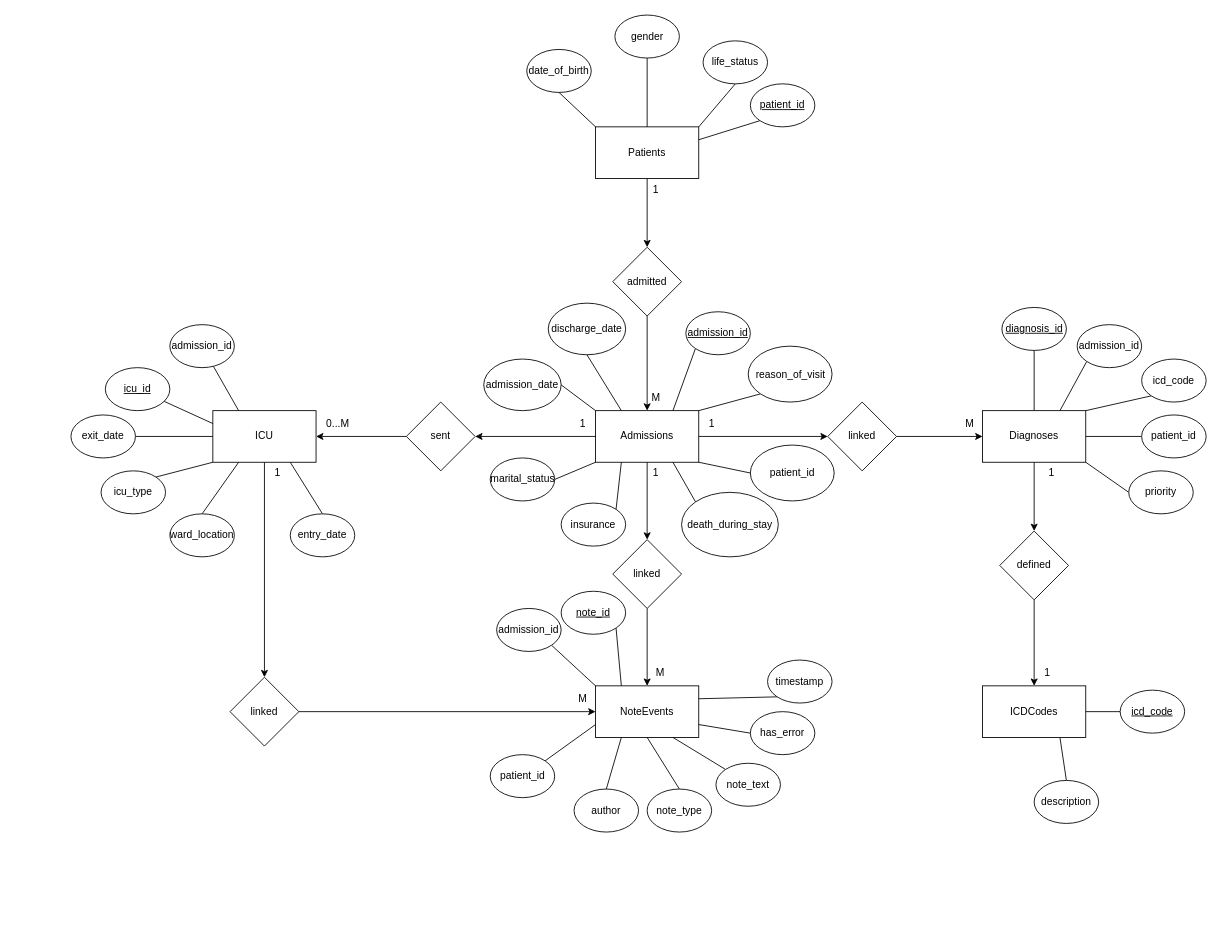
Joshua131313/soen363 keeps this draw.io diagram as page "Chen Diagram" (3 of 3) of Untitled Diagram.drawio. Above is the earlier version. Source tidied: cells renumbered, new cells numbered last; positions are measured from the earlier drawing's top-left corner, leaving out a move shared by most shapes. Both pictures are drawn from the tidied source at 86%, with x=0, y=0 at pixel (71, 15).
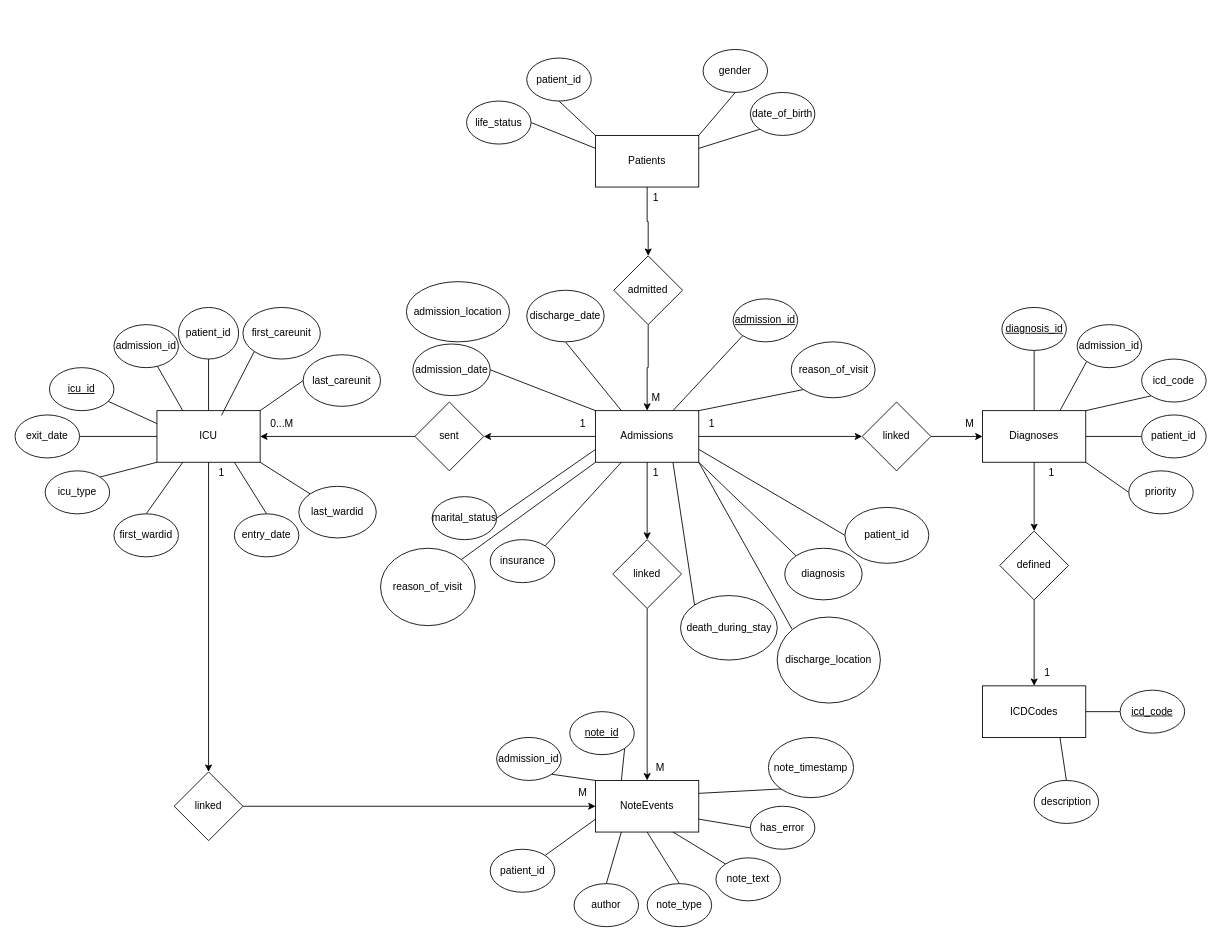
The same page after the edit.

The change refers to these unchanged cells:
```xml
<mxCell id="10" value="Admissions" style="whiteSpace=wrap;html=1;" parent="1" vertex="1">
  <mxGeometry x="610" y="460" width="120" height="60" as="geometry" />
</mxCell>
```

Change to the diagram source:
```diff
@@
     <mxCell id="3" value="Patients" style="whiteSpace=wrap;html=1;" parent="1" vertex="1">
-      <mxGeometry x="610" y="130" width="120" height="60" as="geometry" />
+      <mxGeometry x="610" y="140" width="120" height="60" as="geometry" />
     </mxCell>
     <mxCell id="4" value="NoteEvents" style="whiteSpace=wrap;html=1;" parent="1" vertex="1">
-      <mxGeometry x="610" y="780" width="120" height="60" as="geometry" />
+      <mxGeometry x="610" y="890" width="120" height="60" as="geometry" />
     </mxCell>
@@
     <mxCell id="6" value="ICU" style="whiteSpace=wrap;html=1;" parent="1" vertex="1">
-      <mxGeometry x="165" y="460" width="120" height="60" as="geometry" />
+      <mxGeometry x="100" y="460" width="120" height="60" as="geometry" />
     </mxCell>
@@
-    <mxCell id="15" value="date_of_birth" style="ellipse;whiteSpace=wrap;html=1;" parent="1" vertex="1">
-      <mxGeometry x="530" y="40" width="75" height="50" as="geometry" />
+    <mxCell id="15" value="patient_id" style="ellipse;whiteSpace=wrap;html=1;" parent="1" vertex="1">
+      <mxGeometry x="530" y="50" width="75" height="50" as="geometry" />
     </mxCell>
-    <mxCell id="16" style="edgeStyle=orthogonalEdgeStyle;rounded=0;jettySize=auto;html=1;exitX=0.5;exitY=1;exitDx=0;exitDy=0;entryX=0.5;entryY=0;entryDx=0;entryDy=0;endArrow=none;endFill=0;" parent="1" edge="1" source="17" target="3">
-      <mxGeometry relative="1" as="geometry" />
-    </mxCell>
-    <mxCell id="17" value="gender" style="ellipse;whiteSpace=wrap;html=1;" parent="1" vertex="1">
-      <mxGeometry x="632.5" width="75" height="50" as="geometry" />
-    </mxCell>
@@
-    <mxCell id="19" value="life_status" style="ellipse;whiteSpace=wrap;html=1;" parent="1" vertex="1">
-      <mxGeometry x="735" y="30" width="75" height="50" as="geometry" />
+    <mxCell id="19" value="gender" style="ellipse;whiteSpace=wrap;html=1;" parent="1" vertex="1">
+      <mxGeometry x="735" y="40" width="75" height="50" as="geometry" />
     </mxCell>
@@
-    <mxCell id="21" value="&lt;u&gt;patient_id&lt;/u&gt;" style="ellipse;whiteSpace=wrap;html=1;" parent="1" vertex="1">
-      <mxGeometry x="790" y="80" width="75" height="50" as="geometry" />
+    <mxCell id="21" value="date_of_birth" style="ellipse;whiteSpace=wrap;html=1;" parent="1" vertex="1">
+      <mxGeometry x="790" y="90" width="75" height="50" as="geometry" />
     </mxCell>
@@
     <mxCell id="23" value="&lt;u&gt;icu_id&lt;/u&gt;" style="ellipse;whiteSpace=wrap;html=1;" parent="1" vertex="1">
-      <mxGeometry x="40" y="410" width="75" height="50" as="geometry" />
+      <mxGeometry x="-25" y="410" width="75" height="50" as="geometry" />
     </mxCell>
@@
     <mxCell id="25" value="admission_id" style="ellipse;whiteSpace=wrap;html=1;" parent="1" vertex="1">
-      <mxGeometry x="115" y="360" width="75" height="50" as="geometry" />
+      <mxGeometry x="50" y="360" width="75" height="50" as="geometry" />
     </mxCell>
@@
     <mxCell id="27" value="exit_date" style="ellipse;whiteSpace=wrap;html=1;" parent="1" vertex="1">
-      <mxGeometry y="465" width="75" height="50" as="geometry" />
+      <mxGeometry x="-65" y="465" width="75" height="50" as="geometry" />
     </mxCell>
@@
     <mxCell id="29" value="icu_type" style="ellipse;whiteSpace=wrap;html=1;" parent="1" vertex="1">
-      <mxGeometry x="35" y="530" width="75" height="50" as="geometry" />
+      <mxGeometry x="-30" y="530" width="75" height="50" as="geometry" />
     </mxCell>
@@
-    <mxCell id="31" value="ward_location" style="ellipse;whiteSpace=wrap;html=1;" parent="1" vertex="1">
-      <mxGeometry x="115" y="580" width="75" height="50" as="geometry" />
+    <mxCell id="31" value="first_wardid" style="ellipse;whiteSpace=wrap;html=1;" parent="1" vertex="1">
+      <mxGeometry x="50" y="580" width="75" height="50" as="geometry" />
     </mxCell>
@@
     <mxCell id="33" value="entry_date" style="ellipse;whiteSpace=wrap;html=1;" parent="1" vertex="1">
-      <mxGeometry x="255" y="580" width="75" height="50" as="geometry" />
+      <mxGeometry x="190" y="580" width="75" height="50" as="geometry" />
     </mxCell>
@@
     <mxCell id="35" value="&lt;u&gt;note_id&lt;/u&gt;" style="ellipse;whiteSpace=wrap;html=1;" parent="1" vertex="1">
-      <mxGeometry x="570" y="670" width="75" height="50" as="geometry" />
+      <mxGeometry x="580" y="810" width="75" height="50" as="geometry" />
     </mxCell>
@@
     <mxCell id="37" value="admission_id" style="ellipse;whiteSpace=wrap;html=1;" parent="1" vertex="1">
-      <mxGeometry x="495" y="690" width="75" height="50" as="geometry" />
+      <mxGeometry x="495" y="840" width="75" height="50" as="geometry" />
     </mxCell>
@@
     <mxCell id="39" value="author" style="ellipse;whiteSpace=wrap;html=1;" parent="1" vertex="1">
-      <mxGeometry x="585" y="900" width="75" height="50" as="geometry" />
+      <mxGeometry x="585" y="1010" width="75" height="50" as="geometry" />
     </mxCell>
@@
     <mxCell id="41" value="note_type" style="ellipse;whiteSpace=wrap;html=1;" parent="1" vertex="1">
-      <mxGeometry x="670" y="900" width="75" height="50" as="geometry" />
+      <mxGeometry x="670" y="1010" width="75" height="50" as="geometry" />
     </mxCell>
@@
     <mxCell id="43" value="note_text" style="ellipse;whiteSpace=wrap;html=1;" parent="1" vertex="1">
-      <mxGeometry x="750" y="870" width="75" height="50" as="geometry" />
+      <mxGeometry x="750" y="980" width="75" height="50" as="geometry" />
     </mxCell>
@@
     <mxCell id="45" value="has_error" style="ellipse;whiteSpace=wrap;html=1;" parent="1" vertex="1">
-      <mxGeometry x="790" y="810" width="75" height="50" as="geometry" />
+      <mxGeometry x="790" y="920" width="75" height="50" as="geometry" />
     </mxCell>
@@
-    <mxCell id="47" value="timestamp" style="ellipse;whiteSpace=wrap;html=1;" parent="1" vertex="1">
-      <mxGeometry x="810" y="750" width="75" height="50" as="geometry" />
+    <mxCell id="47" value="note_timestamp" style="ellipse;whiteSpace=wrap;html=1;" parent="1" vertex="1">
+      <mxGeometry x="811" y="840" width="99" height="70" as="geometry" />
     </mxCell>
@@
     <mxCell id="63" value="&lt;u&gt;admission_id&lt;/u&gt;" style="ellipse;whiteSpace=wrap;html=1;" parent="1" vertex="1">
-      <mxGeometry x="715" y="345" width="75" height="50" as="geometry" />
+      <mxGeometry x="770" y="330" width="75" height="50" as="geometry" />
     </mxCell>
@@
     <mxCell id="65" value="death_during_stay" style="ellipse;whiteSpace=wrap;html=1;" parent="1" vertex="1">
-      <mxGeometry x="710" y="555" width="112.5" height="75" as="geometry" />
+      <mxGeometry x="708.8" y="675" width="112.5" height="75" as="geometry" />
     </mxCell>
@@
     <mxCell id="67" value="reason_of_visit" style="ellipse;whiteSpace=wrap;html=1;" parent="1" vertex="1">
-      <mxGeometry x="787.5" y="385" width="97.5" height="65" as="geometry" />
+      <mxGeometry x="837.5" y="380" width="97.5" height="65" as="geometry" />
     </mxCell>
@@
     <mxCell id="69" value="insurance" style="ellipse;whiteSpace=wrap;html=1;" parent="1" vertex="1">
-      <mxGeometry x="570" y="567.5" width="75" height="50" as="geometry" />
+      <mxGeometry x="487.5" y="610" width="75" height="50" as="geometry" />
     </mxCell>
-    <mxCell id="70" style="rounded=0;jettySize=auto;html=1;exitX=1;exitY=0.5;exitDx=0;exitDy=0;entryX=0;entryY=1;entryDx=0;entryDy=0;endArrow=none;endFill=0;" parent="1" edge="1" source="71" target="10">
+    <mxCell id="70" style="rounded=0;jettySize=auto;html=1;exitX=1;exitY=0.5;exitDx=0;exitDy=0;entryX=0;entryY=0.75;entryDx=0;entryDy=0;endArrow=none;endFill=0;" parent="1" edge="1" source="71" target="10">
       <mxGeometry relative="1" as="geometry" />
     </mxCell>
     <mxCell id="71" value="marital_status" style="ellipse;whiteSpace=wrap;html=1;" parent="1" vertex="1">
-      <mxGeometry x="487.5" y="515" width="75" height="50" as="geometry" />
+      <mxGeometry x="420" y="560" width="75" height="50" as="geometry" />
     </mxCell>
@@
     <mxCell id="73" value="admission_date" style="ellipse;whiteSpace=wrap;html=1;" parent="1" vertex="1">
-      <mxGeometry x="480" y="400" width="90" height="60" as="geometry" />
+      <mxGeometry x="397.5" y="382.5" width="90" height="60" as="geometry" />
     </mxCell>
@@
     <mxCell id="75" value="discharge_date" style="ellipse;whiteSpace=wrap;html=1;" parent="1" vertex="1">
-      <mxGeometry x="555" y="335" width="90" height="60" as="geometry" />
+      <mxGeometry x="530" y="320" width="90" height="60" as="geometry" />
     </mxCell>
@@
     <mxCell id="77" value="sent" style="rhombus;whiteSpace=wrap;html=1;" parent="1" vertex="1">
-      <mxGeometry x="390" y="450" width="80" height="80" as="geometry" />
+      <mxGeometry x="400" y="450" width="80" height="80" as="geometry" />
     </mxCell>
@@
     <mxCell id="83" value="linked" style="rhombus;whiteSpace=wrap;html=1;" parent="1" vertex="1">
-      <mxGeometry x="880" y="450" width="80" height="80" as="geometry" />
+      <mxGeometry x="920" y="450" width="80" height="80" as="geometry" />
     </mxCell>
@@
     <mxCell id="85" value="admitted" style="rhombus;whiteSpace=wrap;html=1;" parent="1" vertex="1">
-      <mxGeometry x="630" y="270" width="80" height="80" as="geometry" />
+      <mxGeometry x="631.2" y="280" width="80" height="80" as="geometry" />
     </mxCell>
     <mxCell id="86" value="1" style="text;html=1;align=center;verticalAlign=middle;strokeColor=none;fillColor=none;" parent="1" vertex="1">
-      <mxGeometry x="665" y="188" width="30" height="30" as="geometry" />
+      <mxGeometry x="665" y="198" width="30" height="30" as="geometry" />
     </mxCell>
@@
     <mxCell id="89" value="0...M" style="text;html=1;align=center;verticalAlign=middle;strokeColor=none;fillColor=none;" parent="1" vertex="1">
-      <mxGeometry x="285" y="460" width="50" height="30" as="geometry" />
+      <mxGeometry x="220" y="460" width="50" height="30" as="geometry" />
     </mxCell>
@@
     <mxCell id="91" value="M" style="text;html=1;align=center;verticalAlign=middle;strokeColor=none;fillColor=none;" parent="1" vertex="1">
-      <mxGeometry x="670" y="750" width="30" height="30" as="geometry" />
+      <mxGeometry x="670" y="860" width="30" height="30" as="geometry" />
     </mxCell>
@@
     <mxCell id="97" value="linked" style="rhombus;whiteSpace=wrap;html=1;" parent="1" vertex="1">
-      <mxGeometry x="185" y="770" width="80" height="80" as="geometry" />
+      <mxGeometry x="120" y="880" width="80" height="80" as="geometry" />
     </mxCell>
     <mxCell id="98" value="1" style="text;html=1;align=center;verticalAlign=middle;strokeColor=none;fillColor=none;" parent="1" vertex="1">
-      <mxGeometry x="225" y="518" width="30" height="30" as="geometry" />
+      <mxGeometry x="160" y="518" width="30" height="30" as="geometry" />
     </mxCell>
     <mxCell id="99" value="M" style="text;html=1;align=center;verticalAlign=middle;strokeColor=none;fillColor=none;" parent="1" vertex="1">
-      <mxGeometry x="580" y="780" width="30" height="30" as="geometry" />
+      <mxGeometry x="580" y="890" width="30" height="30" as="geometry" />
     </mxCell>
@@
     <mxCell id="101" value="patient_id" style="ellipse;whiteSpace=wrap;html=1;" parent="1" vertex="1">
-      <mxGeometry x="487.5" y="860" width="75" height="50" as="geometry" />
+      <mxGeometry x="487.5" y="970" width="75" height="50" as="geometry" />
     </mxCell>
     <mxCell id="102" value="patient_id" style="ellipse;whiteSpace=wrap;html=1;" parent="1" vertex="1">
-      <mxGeometry x="790" y="500" width="97.5" height="65" as="geometry" />
+      <mxGeometry x="900" y="572.5" width="97.5" height="65" as="geometry" />
     </mxCell>
-    <mxCell id="103" style="rounded=0;jettySize=auto;html=1;exitX=0;exitY=0.5;exitDx=0;exitDy=0;entryX=1;entryY=1;entryDx=0;entryDy=0;endArrow=none;endFill=0;" parent="1" edge="1" source="102" target="10">
+    <mxCell id="103" style="rounded=0;jettySize=auto;html=1;exitX=0;exitY=0.5;exitDx=0;exitDy=0;entryX=1;entryY=0.75;entryDx=0;entryDy=0;endArrow=none;endFill=0;" parent="1" edge="1" source="102" target="10">
       <mxGeometry relative="1" as="geometry" />
     </mxCell>
+    <mxCell id="104" style="rounded=0;jettySize=auto;html=1;exitX=1;exitY=0.5;exitDx=0;exitDy=0;entryX=0;entryY=0.25;entryDx=0;entryDy=0;endArrow=none;endFill=0;" parent="1" edge="1" source="105" target="3">
+      <mxGeometry relative="1" as="geometry" />
+    </mxCell>
+    <mxCell id="105" value="life_status" style="ellipse;whiteSpace=wrap;html=1;" parent="1" vertex="1">
+      <mxGeometry x="460" y="100" width="75" height="50" as="geometry" />
+    </mxCell>
+    <mxCell id="106" style="rounded=0;jettySize=auto;html=1;exitX=0;exitY=0;exitDx=0;exitDy=0;entryX=1;entryY=1;entryDx=0;entryDy=0;endArrow=none;endFill=0;" parent="1" edge="1" source="107" target="10">
+      <mxGeometry relative="1" as="geometry" />
+    </mxCell>
+    <mxCell id="107" value="discharge_location" style="ellipse;whiteSpace=wrap;html=1;" parent="1" vertex="1">
+      <mxGeometry x="821.2" y="700" width="120" height="100" as="geometry" />
+    </mxCell>
+    <mxCell id="108" value="reason_of_visit" style="ellipse;whiteSpace=wrap;html=1;" parent="1" vertex="1">
+      <mxGeometry x="360" y="620" width="110" height="90" as="geometry" />
+    </mxCell>
+    <mxCell id="109" style="rounded=0;jettySize=auto;html=1;exitX=1;exitY=0;exitDx=0;exitDy=0;entryX=0;entryY=1;entryDx=0;entryDy=0;endArrow=none;endFill=0;" parent="1" edge="1" source="108" target="10">
+      <mxGeometry relative="1" as="geometry" />
+    </mxCell>
+    <mxCell id="110" value="admission_location" style="ellipse;whiteSpace=wrap;html=1;" parent="1" vertex="1">
+      <mxGeometry x="390" y="310" width="120" height="70" as="geometry" />
+    </mxCell>
+    <mxCell id="111" style="rounded=0;jettySize=auto;html=1;exitX=0;exitY=0;exitDx=0;exitDy=0;entryX=1;entryY=1;entryDx=0;entryDy=0;endArrow=none;endFill=0;" parent="1" edge="1" source="112" target="10">
+      <mxGeometry relative="1" as="geometry" />
+    </mxCell>
+    <mxCell id="112" value="diagnosis" style="ellipse;whiteSpace=wrap;html=1;" parent="1" vertex="1">
+      <mxGeometry x="830" y="620" width="90" height="60" as="geometry" />
+    </mxCell>
+    <mxCell id="113" style="edgeStyle=orthogonalEdgeStyle;rounded=0;jettySize=auto;html=1;exitX=0.5;exitY=1;exitDx=0;exitDy=0;entryX=0.5;entryY=0;entryDx=0;entryDy=0;endArrow=none;endFill=0;" parent="1" edge="1" source="114" target="6">
+      <mxGeometry relative="1" as="geometry" />
+    </mxCell>
+    <mxCell id="114" value="patient_id" style="ellipse;whiteSpace=wrap;html=1;" parent="1" vertex="1">
+      <mxGeometry x="125" y="340" width="70" height="60" as="geometry" />
+    </mxCell>
+    <mxCell id="115" value="first_careunit" style="ellipse;whiteSpace=wrap;html=1;" parent="1" vertex="1">
+      <mxGeometry x="200" y="340" width="90" height="60" as="geometry" />
+    </mxCell>
+    <mxCell id="116" style="rounded=0;jettySize=auto;html=1;exitX=0;exitY=0.5;exitDx=0;exitDy=0;entryX=1;entryY=0;entryDx=0;entryDy=0;endArrow=none;endFill=0;" parent="1" edge="1" source="117" target="6">
+      <mxGeometry relative="1" as="geometry" />
+    </mxCell>
+    <mxCell id="117" value="last_careunit" style="ellipse;whiteSpace=wrap;html=1;" parent="1" vertex="1">
+      <mxGeometry x="270" y="395" width="90" height="60" as="geometry" />
+    </mxCell>
+    <mxCell id="118" style="rounded=0;jettySize=auto;html=1;exitX=0;exitY=0;exitDx=0;exitDy=0;entryX=1;entryY=1;entryDx=0;entryDy=0;endArrow=none;endFill=0;" parent="1" edge="1" source="119" target="6">
+      <mxGeometry relative="1" as="geometry" />
+    </mxCell>
+    <mxCell id="119" value="last_wardid" style="ellipse;whiteSpace=wrap;html=1;" parent="1" vertex="1">
+      <mxGeometry x="265" y="548" width="90" height="60" as="geometry" />
+    </mxCell>
+    <mxCell id="120" style="rounded=0;jettySize=auto;html=1;exitX=0;exitY=1;exitDx=0;exitDy=0;entryX=0.625;entryY=0.092;entryDx=0;entryDy=0;entryPerimeter=0;endArrow=none;endFill=0;" parent="1" edge="1" source="115" target="6">
+      <mxGeometry relative="1" as="geometry" />
+    </mxCell>
```
